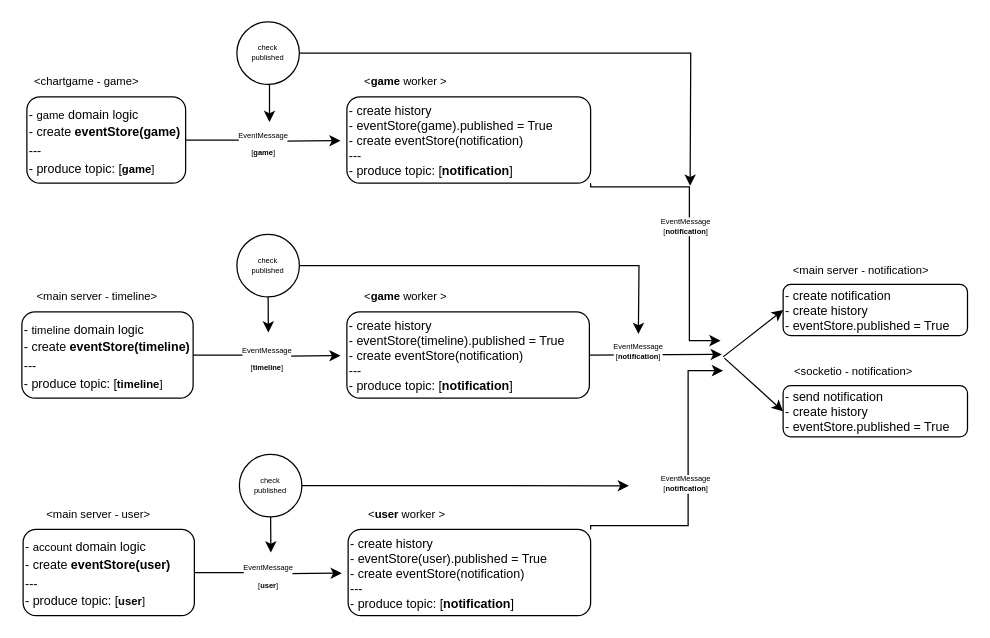
Above: notification.drawio in myeongjunkim/somethings (draw.io), before the change. Source tidied: cells renumbered, new cells numbered last; positions are measured from the earlier drawing's top-left corner, leaving out a move shared by most shapes. Both pictures are drawn from the tidied source at 125%, with x=0, y=0 at pixel (21, 21).
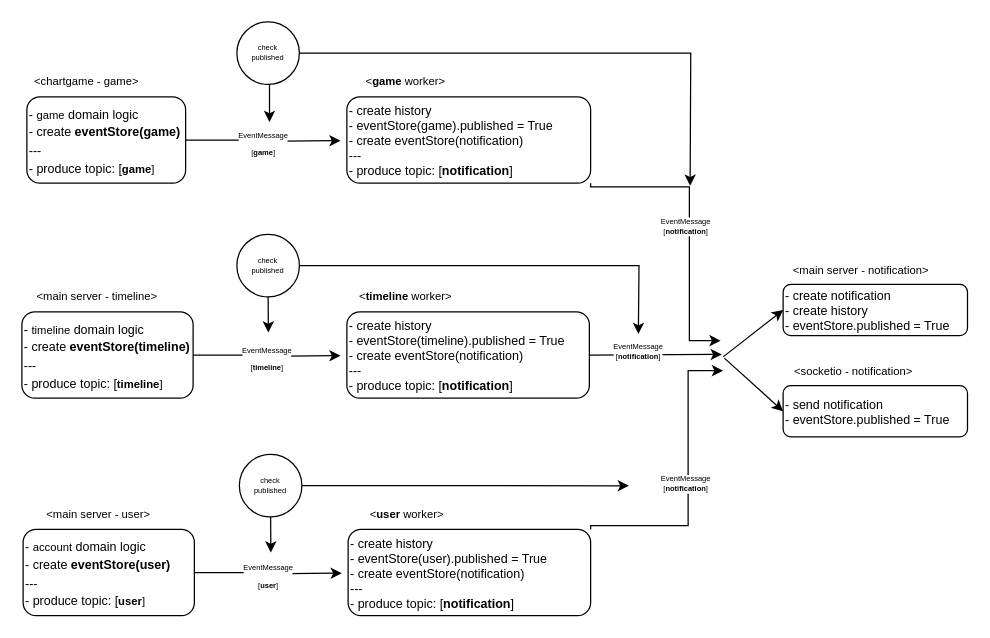
The same page after the edit.

Diff of the diagram source:
```diff
@@
-    <mxCell id="5" value="&lt;font style=&quot;font-size: 9px;&quot;&gt;&lt;b&gt;&amp;nbsp;&lt;/b&gt;&amp;lt;&lt;b&gt;game &lt;/b&gt;worker &amp;gt;&lt;/font&gt;" style="text;html=1;strokeColor=none;fillColor=none;align=center;verticalAlign=middle;whiteSpace=wrap;rounded=0;" parent="1" vertex="1">
+    <mxCell id="5" value="&lt;font style=&quot;font-size: 9px;&quot;&gt;&lt;b&gt;&amp;nbsp;&lt;/b&gt;&amp;lt;&lt;b&gt;game &lt;/b&gt;worker&amp;gt;&lt;/font&gt;" style="text;html=1;strokeColor=none;fillColor=none;align=center;verticalAlign=middle;whiteSpace=wrap;rounded=0;" parent="1" vertex="1">
       <mxGeometry x="254" y="40" width="104" height="14" as="geometry" />
     </mxCell>
@@
-    <mxCell id="11" value="&lt;span style=&quot;background-color: initial;&quot;&gt;&lt;font size=&quot;1&quot;&gt;&lt;div style=&quot;&quot;&gt;- send notification&lt;/div&gt;&lt;div style=&quot;&quot;&gt;- create history&lt;/div&gt;&lt;div style=&quot;&quot;&gt;- eventStore.published = True&lt;/div&gt;&lt;/font&gt;&lt;/span&gt;" style="rounded=1;whiteSpace=wrap;html=1;align=left;" parent="1" vertex="1">
+    <mxCell id="11" value="&lt;span style=&quot;background-color: initial;&quot;&gt;&lt;font size=&quot;1&quot;&gt;&lt;div style=&quot;&quot;&gt;- send notification&lt;/div&gt;&lt;div style=&quot;&quot;&gt;- eventStore.published = True&lt;/div&gt;&lt;/font&gt;&lt;/span&gt;" style="rounded=1;whiteSpace=wrap;html=1;align=left;" parent="1" vertex="1">
       <mxGeometry x="609" y="291" width="147.5" height="41" as="geometry" />
     </mxCell>
@@
-    <mxCell id="18" value="&lt;font style=&quot;font-size: 9px;&quot;&gt;&lt;b&gt;&amp;nbsp;&lt;/b&gt;&amp;lt;&lt;b&gt;game &lt;/b&gt;worker &amp;gt;&lt;/font&gt;" style="text;html=1;strokeColor=none;fillColor=none;align=center;verticalAlign=middle;whiteSpace=wrap;rounded=0;" parent="1" vertex="1">
+    <mxCell id="18" value="&lt;font style=&quot;font-size: 9px;&quot;&gt;&lt;b&gt;&amp;nbsp;&lt;/b&gt;&amp;lt;&lt;b&gt;timeline&amp;nbsp;&lt;/b&gt;worker&amp;gt;&lt;/font&gt;" style="text;html=1;strokeColor=none;fillColor=none;align=center;verticalAlign=middle;whiteSpace=wrap;rounded=0;" parent="1" vertex="1">
       <mxGeometry x="254" y="212" width="104" height="14" as="geometry" />
     </mxCell>
@@
-    <mxCell id="25" value="&lt;font style=&quot;font-size: 9px;&quot;&gt;&lt;b&gt;&amp;nbsp;&lt;/b&gt;&amp;lt;&lt;b&gt;user&amp;nbsp;&lt;/b&gt;worker &amp;gt;&lt;/font&gt;" style="text;html=1;strokeColor=none;fillColor=none;align=center;verticalAlign=middle;whiteSpace=wrap;rounded=0;" parent="1" vertex="1">
+    <mxCell id="25" value="&lt;font style=&quot;font-size: 9px;&quot;&gt;&lt;b&gt;&amp;nbsp;&lt;/b&gt;&amp;lt;&lt;b&gt;user&amp;nbsp;&lt;/b&gt;worker&amp;gt;&lt;/font&gt;" style="text;html=1;strokeColor=none;fillColor=none;align=center;verticalAlign=middle;whiteSpace=wrap;rounded=0;" parent="1" vertex="1">
       <mxGeometry x="255" y="386" width="104" height="14" as="geometry" />
     </mxCell>
```
